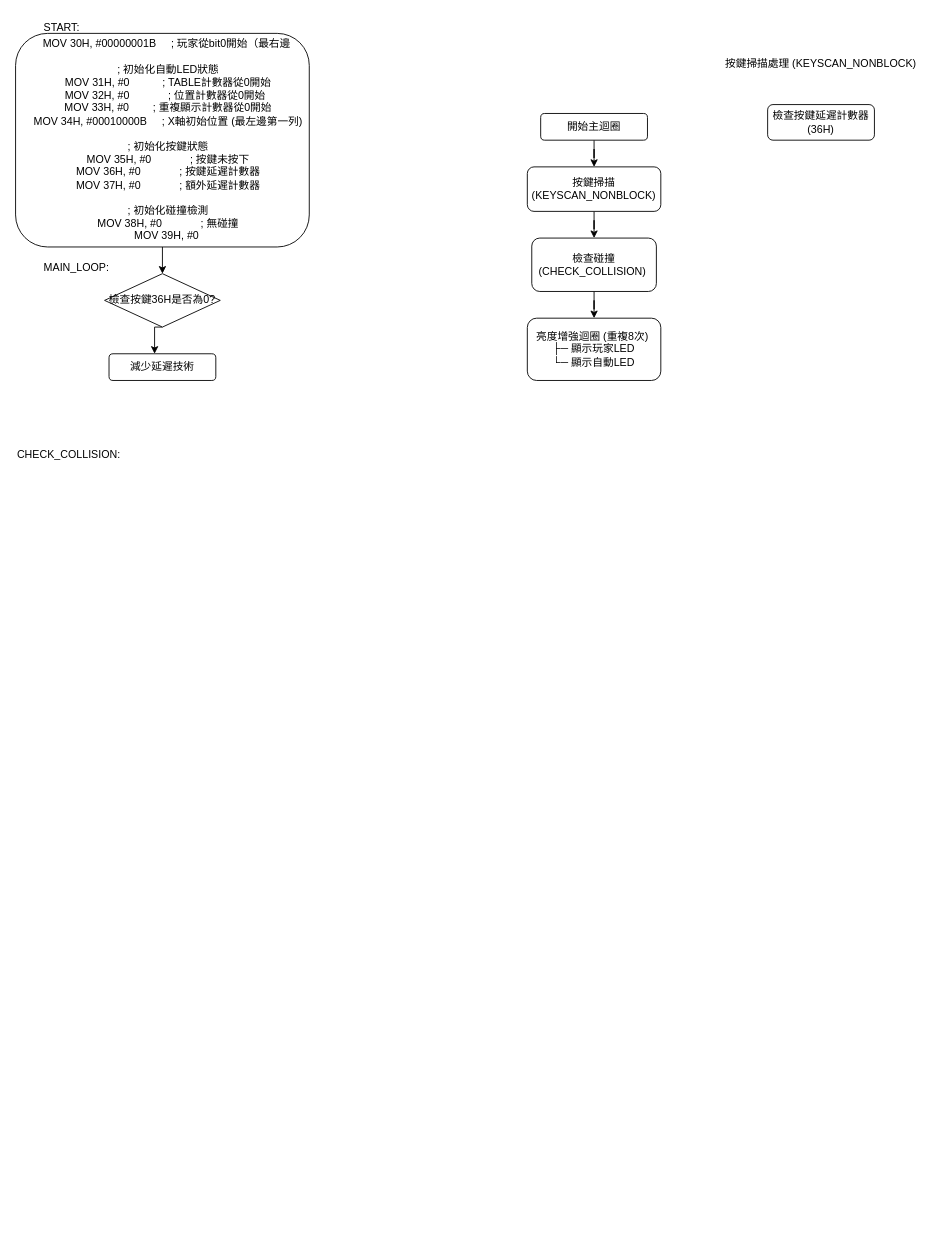
This is page "第 11 页" (11 of 11) of 未命名绘图.drawio from piting1104/se2, a draw.io file, before an edit. Source tidied: cells renumbered, new cells numbered last; positions are measured from the earlier drawing's top-left corner, leaving out a move shared by most shapes. Both pictures are drawn from the tidied source at 89%, with x=0, y=0 at pixel (15, 15).
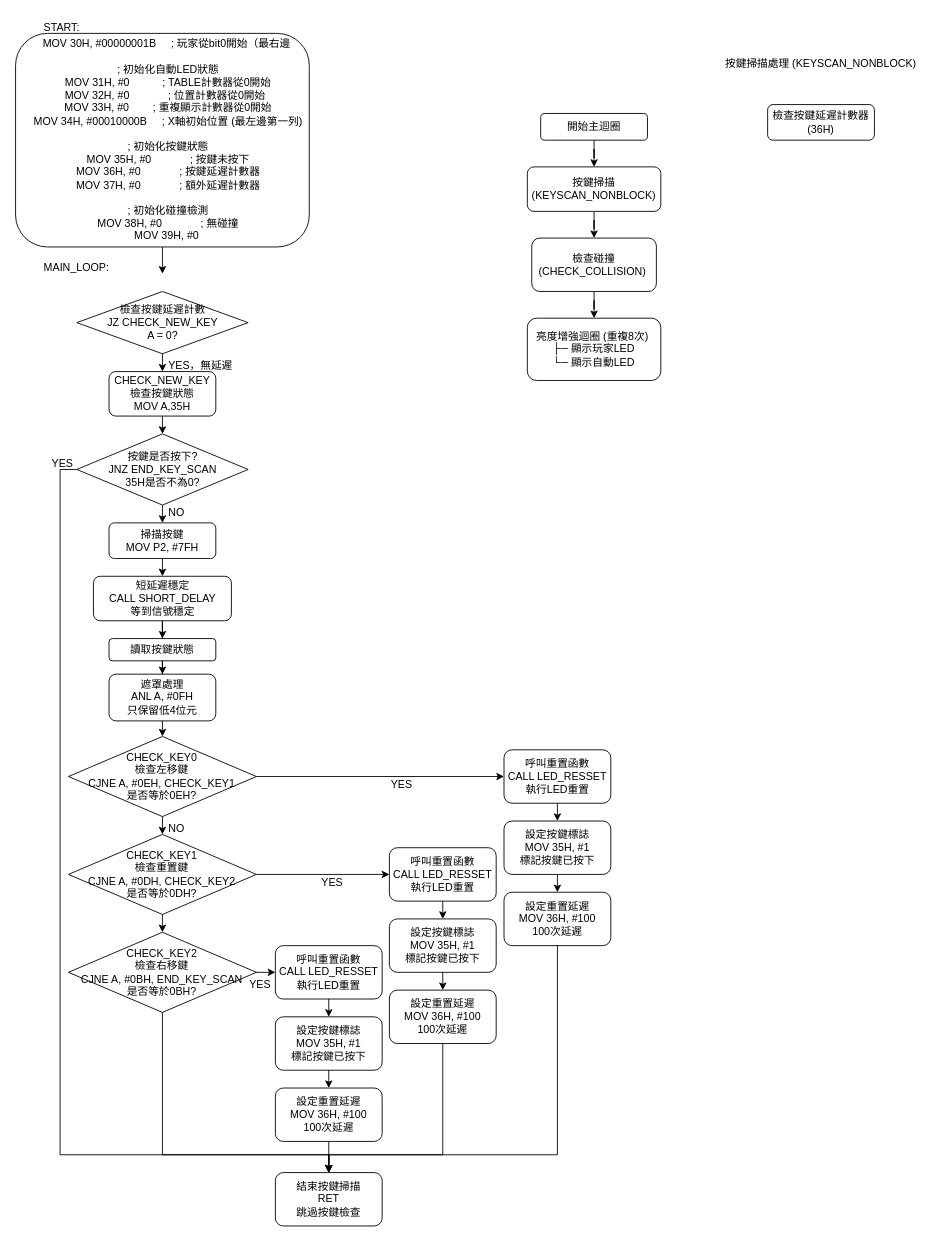
The same page after the edit.

Commit message:
更新未命名绘图.drawio

What changed in the source:
```diff
@@
-    <mxCell id="12" style="edgeStyle=orthogonalEdgeStyle;rounded=0;orthogonalLoop=1;jettySize=auto;html=1;" parent="1" edge="1">
+    <mxCell id="12" style="edgeStyle=orthogonalEdgeStyle;rounded=0;jettySize=auto;html=1;exitX=0.5;exitY=1;exitDx=0;exitDy=0;" parent="1" edge="1" source="17">
       <mxGeometry relative="1" as="geometry">
-        <mxPoint x="165" y="350" as="sourcePoint" />
-        <mxPoint x="156.2" y="380" as="targetPoint" />
+        <mxPoint x="165" y="400" as="targetPoint" />
       </mxGeometry>
     </mxCell>
@@
-    <mxCell id="16" value="CHECK_COLLISION:" style="text;whiteSpace=wrap;" parent="1" vertex="1">
-      <mxGeometry y="480" width="150" height="40" as="geometry" />
-    </mxCell>
-    <mxCell id="17" value="檢查按鍵36H是否為0?" style="rhombus;whiteSpace=wrap;html=1;" parent="1" vertex="1">
-      <mxGeometry x="100" y="290" width="130" height="60" as="geometry" />
+    <mxCell id="17" value="檢查按鍵延遲計數&lt;div&gt;JZ CHECK_NEW_KEY&lt;br&gt;&lt;div&gt;A = 0?&lt;/div&gt;&lt;/div&gt;" style="rhombus;whiteSpace=wrap;html=1;" parent="1" vertex="1">
+      <mxGeometry x="68.8" y="310" width="192.5" height="70" as="geometry" />
     </mxCell>
-    <mxCell id="18" value="減少延遲技術" style="rounded=1;whiteSpace=wrap;html=1;" parent="1" vertex="1">
-      <mxGeometry x="105" y="380" width="120" height="30" as="geometry" />
+    <mxCell id="18" value="CHECK_NEW_KEY&lt;div&gt;檢查按鍵狀態&lt;/div&gt;&lt;div&gt;MOV A,35H&lt;/div&gt;" style="rounded=1;whiteSpace=wrap;html=1;" parent="1" vertex="1">
+      <mxGeometry x="105" y="400" width="120" height="50" as="geometry" />
     </mxCell>
+    <mxCell id="19" value="YES，無延遲" style="text;whiteSpace=wrap;" parent="1" vertex="1">
+      <mxGeometry x="170" y="380" width="80" height="10" as="geometry" />
+    </mxCell>
+    <mxCell id="20" value="&lt;div&gt;按鍵是否按下?&lt;/div&gt;&lt;div&gt;JNZ END_KEY_SCAN&lt;/div&gt;&lt;div&gt;35H是否不為0?&lt;/div&gt;" style="rhombus;whiteSpace=wrap;html=1;" parent="1" vertex="1">
+      <mxGeometry x="68.8" y="470" width="192.5" height="80" as="geometry" />
+    </mxCell>
+    <mxCell id="21" style="endArrow=classic;html=1;rounded=0;exitX=0.5;exitY=1;exitDx=0;exitDy=0;entryX=0.5;entryY=0;entryDx=0;entryDy=0;" parent="1" edge="1" source="18" target="20">
+      <mxGeometry relative="1" as="geometry" />
+    </mxCell>
+    <mxCell id="22" value="掃描按鍵&lt;div&gt;MOV P2, #7FH&lt;/div&gt;" style="rounded=1;whiteSpace=wrap;html=1;" parent="1" vertex="1">
+      <mxGeometry x="105" y="570" width="120" height="40" as="geometry" />
+    </mxCell>
+    <mxCell id="23" style="endArrow=classic;html=1;rounded=0;exitX=0.5;exitY=1;exitDx=0;exitDy=0;" parent="1" edge="1" source="20" target="22">
+      <mxGeometry relative="1" as="geometry" />
+    </mxCell>
+    <mxCell id="24" style="edgeStyle=orthogonalEdgeStyle;rounded=0;jettySize=auto;html=1;" parent="1" edge="1" source="25" target="28">
+      <mxGeometry relative="1" as="geometry" />
+    </mxCell>
+    <mxCell id="25" value="短延遲穩定&lt;div&gt;CALL SHORT_DELAY&lt;/div&gt;&lt;div&gt;等到信號穩定&lt;/div&gt;" style="rounded=1;whiteSpace=wrap;html=1;" parent="1" vertex="1">
+      <mxGeometry x="87.5" y="630" width="155" height="50" as="geometry" />
+    </mxCell>
+    <mxCell id="26" style="endArrow=classic;html=1;rounded=0;exitX=0.5;exitY=1;exitDx=0;exitDy=0;entryX=0.5;entryY=0;entryDx=0;entryDy=0;" parent="1" edge="1" source="22" target="25">
+      <mxGeometry relative="1" as="geometry" />
+    </mxCell>
+    <mxCell id="27" style="edgeStyle=orthogonalEdgeStyle;rounded=0;jettySize=auto;html=1;" parent="1" edge="1" source="28" target="29">
+      <mxGeometry relative="1" as="geometry" />
+    </mxCell>
+    <mxCell id="28" value="讀取按鍵狀態" style="whiteSpace=wrap;html=1;rounded=1;" parent="1" vertex="1">
+      <mxGeometry x="105" y="700" width="120" height="25" as="geometry" />
+    </mxCell>
+    <mxCell id="29" value="遮罩處理&lt;div&gt;ANL A, #0FH&lt;/div&gt;&lt;div&gt;只保留低4位元&lt;/div&gt;" style="whiteSpace=wrap;html=1;rounded=1;" parent="1" vertex="1">
+      <mxGeometry x="105" y="740" width="120" height="52.5" as="geometry" />
+    </mxCell>
+    <mxCell id="30" style="endArrow=classic;html=1;rounded=0;exitX=0.5;exitY=1;exitDx=0;exitDy=0;entryX=0.5;entryY=0;entryDx=0;entryDy=0;" parent="1" edge="1" source="29">
+      <mxGeometry relative="1" as="geometry">
+        <mxPoint x="165" y="810" as="targetPoint" />
+      </mxGeometry>
+    </mxCell>
+    <mxCell id="31" value="CHECK_KEY1&lt;div&gt;檢查重置鍵&lt;br&gt;&lt;div&gt;CJNE A, #0DH, CHECK_KEY2&lt;/div&gt;&lt;div&gt;是否等於0DH?&lt;/div&gt;&lt;/div&gt;" style="rhombus;whiteSpace=wrap;html=1;" parent="1" vertex="1">
+      <mxGeometry x="59.4" y="920" width="211.2" height="90" as="geometry" />
+    </mxCell>
+    <mxCell id="32" style="endArrow=classic;html=1;rounded=0;exitX=0.5;exitY=1;exitDx=0;exitDy=0;entryX=0.5;entryY=0;entryDx=0;entryDy=0;" parent="1" edge="1" target="31">
+      <mxGeometry relative="1" as="geometry">
+        <mxPoint x="165" y="890" as="sourcePoint" />
+      </mxGeometry>
+    </mxCell>
+    <mxCell id="33" value="NO" style="text;whiteSpace=wrap;" parent="1" vertex="1">
+      <mxGeometry x="170" y="900" width="20" height="20" as="geometry" />
+    </mxCell>
+    <mxCell id="34" value="呼叫重置函數&lt;div&gt;CALL LED_RESSET 執行LED重置&lt;/div&gt;" style="rounded=1;whiteSpace=wrap;html=1;" parent="1" vertex="1">
+      <mxGeometry x="548.8" y="825" width="120" height="60" as="geometry" />
+    </mxCell>
+    <mxCell id="35" style="endArrow=classic;html=1;rounded=0;exitX=1;exitY=0.5;exitDx=0;exitDy=0;entryX=0;entryY=0.5;entryDx=0;entryDy=0;" parent="1" edge="1" source="41" target="34">
+      <mxGeometry relative="1" as="geometry" />
+    </mxCell>
+    <mxCell id="36" value="YES " style="text;whiteSpace=wrap;" parent="1" vertex="1">
+      <mxGeometry x="420" y="850" width="20" height="20" as="geometry" />
+    </mxCell>
+    <mxCell id="37" value="設定按鍵標誌&lt;div&gt;MOV 35H, #1&lt;/div&gt;&lt;div&gt;標記按鍵已按下&lt;/div&gt;" style="rounded=1;whiteSpace=wrap;html=1;" parent="1" vertex="1">
+      <mxGeometry x="548.8" y="905" width="120" height="60" as="geometry" />
+    </mxCell>
+    <mxCell id="38" style="endArrow=classic;html=1;rounded=0;exitX=0.5;exitY=1;exitDx=0;exitDy=0;entryX=0.5;entryY=0;entryDx=0;entryDy=0;" parent="1" edge="1" source="34" target="37">
+      <mxGeometry relative="1" as="geometry" />
+    </mxCell>
+    <mxCell id="39" value="設定重置延遲&lt;div&gt;MOV 36H, #100&lt;/div&gt;&lt;div&gt;100次延遲&lt;/div&gt;" style="rounded=1;whiteSpace=wrap;html=1;" parent="1" vertex="1">
+      <mxGeometry x="548.8" y="985" width="120" height="60" as="geometry" />
+    </mxCell>
+    <mxCell id="40" style="endArrow=classic;html=1;rounded=0;exitX=0.5;exitY=1;exitDx=0;exitDy=0;entryX=0.5;entryY=0;entryDx=0;entryDy=0;" parent="1" edge="1" source="37" target="39">
+      <mxGeometry relative="1" as="geometry" />
+    </mxCell>
+    <mxCell id="41" value="CHECK_KEY0&lt;div&gt;&lt;div&gt;檢查左移鍵&lt;/div&gt;&lt;div&gt;CJNE A, #0EH, CHECK_KEY1&lt;/div&gt;&lt;div&gt;是否等於0EH?&lt;/div&gt;&lt;/div&gt;" style="rhombus;whiteSpace=wrap;html=1;" parent="1" vertex="1">
+      <mxGeometry x="59.4" y="810" width="211.2" height="90" as="geometry" />
+    </mxCell>
+    <mxCell id="42" value="CHECK_KEY2&lt;div&gt;檢查右移鍵&lt;br&gt;&lt;div&gt;CJNE A, #0BH, END_KEY_SCAN&lt;/div&gt;&lt;div&gt;是否等於0BH?&lt;/div&gt;&lt;/div&gt;" style="rhombus;whiteSpace=wrap;html=1;" parent="1" vertex="1">
+      <mxGeometry x="59.4" y="1030" width="211.2" height="90" as="geometry" />
+    </mxCell>
+    <mxCell id="43" style="edgeStyle=orthogonalEdgeStyle;rounded=0;orthogonalLoop=1;jettySize=auto;html=1;exitX=0.5;exitY=1;exitDx=0;exitDy=0;" parent="1" edge="1" source="36" target="36">
+      <mxGeometry relative="1" as="geometry" />
+    </mxCell>
+    <mxCell id="44" style="endArrow=classic;html=1;rounded=0;exitX=0.5;exitY=1;exitDx=0;exitDy=0;entryX=0.5;entryY=0;entryDx=0;entryDy=0;" parent="1" edge="1" source="31" target="42">
+      <mxGeometry relative="1" as="geometry" />
+    </mxCell>
+    <mxCell id="45" value="呼叫重置函數&lt;div&gt;CALL LED_RESSET 執行LED重置&lt;/div&gt;" style="rounded=1;whiteSpace=wrap;html=1;" parent="1" vertex="1">
+      <mxGeometry x="291.9" y="1045" width="120" height="60" as="geometry" />
+    </mxCell>
+    <mxCell id="46" style="endArrow=classic;html=1;rounded=0;entryX=0;entryY=0.5;entryDx=0;entryDy=0;" parent="1" edge="1" target="45">
+      <mxGeometry relative="1" as="geometry">
+        <mxPoint x="270" y="1075" as="sourcePoint" />
+      </mxGeometry>
+    </mxCell>
+    <mxCell id="47" value="YES " style="text;whiteSpace=wrap;" parent="1" vertex="1">
+      <mxGeometry x="261.3" y="1075" width="20" height="20" as="geometry" />
+    </mxCell>
+    <mxCell id="48" value="設定按鍵標誌&lt;div&gt;MOV 35H, #1&lt;/div&gt;&lt;div&gt;標記按鍵已按下&lt;/div&gt;" style="rounded=1;whiteSpace=wrap;html=1;" parent="1" vertex="1">
+      <mxGeometry x="291.9" y="1125" width="120" height="60" as="geometry" />
+    </mxCell>
+    <mxCell id="49" style="endArrow=classic;html=1;rounded=0;exitX=0.5;exitY=1;exitDx=0;exitDy=0;entryX=0.5;entryY=0;entryDx=0;entryDy=0;" parent="1" edge="1" source="45" target="48">
+      <mxGeometry relative="1" as="geometry" />
+    </mxCell>
+    <mxCell id="50" value="設定重置延遲&lt;div&gt;MOV 36H, #100&lt;/div&gt;&lt;div&gt;100次延遲&lt;/div&gt;" style="rounded=1;whiteSpace=wrap;html=1;" parent="1" vertex="1">
+      <mxGeometry x="291.9" y="1205" width="120" height="60" as="geometry" />
+    </mxCell>
+    <mxCell id="51" style="endArrow=classic;html=1;rounded=0;exitX=0.5;exitY=1;exitDx=0;exitDy=0;entryX=0.5;entryY=0;entryDx=0;entryDy=0;" parent="1" edge="1" source="48" target="50">
+      <mxGeometry relative="1" as="geometry" />
+    </mxCell>
+    <mxCell id="52" style="edgeStyle=orthogonalEdgeStyle;rounded=0;orthogonalLoop=1;jettySize=auto;html=1;exitX=0.5;exitY=1;exitDx=0;exitDy=0;" parent="1" edge="1" source="47" target="47">
+      <mxGeometry relative="1" as="geometry" />
+    </mxCell>
+    <mxCell id="53" value="呼叫重置函數&lt;div&gt;CALL LED_RESSET 執行LED重置&lt;/div&gt;" style="rounded=1;whiteSpace=wrap;html=1;" parent="1" vertex="1">
+      <mxGeometry x="420" y="935" width="120" height="60" as="geometry" />
+    </mxCell>
+    <mxCell id="54" style="endArrow=classic;html=1;rounded=0;exitX=1;exitY=0.5;exitDx=0;exitDy=0;entryX=0;entryY=0.5;entryDx=0;entryDy=0;" parent="1" edge="1" source="31" target="53">
+      <mxGeometry relative="1" as="geometry" />
+    </mxCell>
+    <mxCell id="55" value="YES " style="text;whiteSpace=wrap;" parent="1" vertex="1">
+      <mxGeometry x="341.9" y="961" width="20" height="20" as="geometry" />
+    </mxCell>
+    <mxCell id="56" value="設定按鍵標誌&lt;div&gt;MOV 35H, #1&lt;/div&gt;&lt;div&gt;標記按鍵已按下&lt;/div&gt;" style="rounded=1;whiteSpace=wrap;html=1;" parent="1" vertex="1">
+      <mxGeometry x="420" y="1015" width="120" height="60" as="geometry" />
+    </mxCell>
+    <mxCell id="57" style="endArrow=classic;html=1;rounded=0;exitX=0.5;exitY=1;exitDx=0;exitDy=0;entryX=0.5;entryY=0;entryDx=0;entryDy=0;" parent="1" edge="1" source="53" target="56">
+      <mxGeometry relative="1" as="geometry" />
+    </mxCell>
+    <mxCell id="58" value="設定重置延遲&lt;div&gt;MOV 36H, #100&lt;/div&gt;&lt;div&gt;100次延遲&lt;/div&gt;" style="rounded=1;whiteSpace=wrap;html=1;" parent="1" vertex="1">
+      <mxGeometry x="420" y="1095" width="120" height="60" as="geometry" />
+    </mxCell>
+    <mxCell id="59" style="endArrow=classic;html=1;rounded=0;exitX=0.5;exitY=1;exitDx=0;exitDy=0;entryX=0.5;entryY=0;entryDx=0;entryDy=0;" parent="1" edge="1" source="56" target="58">
+      <mxGeometry relative="1" as="geometry" />
+    </mxCell>
+    <mxCell id="60" style="edgeStyle=orthogonalEdgeStyle;rounded=0;orthogonalLoop=1;jettySize=auto;html=1;exitX=0.5;exitY=1;exitDx=0;exitDy=0;" parent="1" edge="1" source="55" target="55">
+      <mxGeometry relative="1" as="geometry" />
+    </mxCell>
+    <mxCell id="61" value="結束按鍵掃描&lt;div&gt;RET&lt;/div&gt;&lt;div&gt;跳過按鍵檢查&lt;/div&gt;" style="rounded=1;whiteSpace=wrap;html=1;" parent="1" vertex="1">
+      <mxGeometry x="291.9" y="1300" width="120" height="60" as="geometry" />
+    </mxCell>
+    <mxCell id="62" style="endArrow=classic;html=1;rounded=0;exitX=0.5;exitY=1;exitDx=0;exitDy=0;entryX=0.5;entryY=0;entryDx=0;entryDy=0;edgeStyle=orthogonalEdgeStyle;" parent="1" edge="1" source="42" target="61">
+      <mxGeometry relative="1" as="geometry">
+        <Array as="points">
+          <mxPoint x="165" y="1280" />
+          <mxPoint x="352" y="1280" />
+        </Array>
+      </mxGeometry>
+    </mxCell>
+    <mxCell id="63" style="endArrow=classic;html=1;rounded=0;exitX=0.5;exitY=1;exitDx=0;exitDy=0;entryX=0.5;entryY=0;entryDx=0;entryDy=0;" parent="1" edge="1" source="50" target="61">
+      <mxGeometry relative="1" as="geometry" />
+    </mxCell>
+    <mxCell id="64" style="endArrow=classic;html=1;rounded=0;exitX=0.5;exitY=1;exitDx=0;exitDy=0;entryX=0.5;entryY=0;entryDx=0;entryDy=0;edgeStyle=orthogonalEdgeStyle;" parent="1" edge="1" source="58" target="61">
+      <mxGeometry relative="1" as="geometry">
+        <Array as="points">
+          <mxPoint x="480" y="1280" />
+          <mxPoint x="352" y="1280" />
+        </Array>
+      </mxGeometry>
+    </mxCell>
+    <mxCell id="65" style="endArrow=classic;html=1;rounded=0;exitX=0.5;exitY=1;exitDx=0;exitDy=0;entryX=0.5;entryY=0;entryDx=0;entryDy=0;edgeStyle=orthogonalEdgeStyle;" parent="1" edge="1" source="39" target="61">
+      <mxGeometry relative="1" as="geometry">
+        <Array as="points">
+          <mxPoint x="609" y="1280" />
+          <mxPoint x="352" y="1280" />
+        </Array>
+      </mxGeometry>
+    </mxCell>
+    <mxCell id="66" style="endArrow=classic;html=1;rounded=0;exitX=0;exitY=0.5;exitDx=0;exitDy=0;entryX=0.5;entryY=0;entryDx=0;entryDy=0;edgeStyle=orthogonalEdgeStyle;" parent="1" edge="1" source="20" target="61">
+      <mxGeometry relative="1" as="geometry">
+        <Array as="points">
+          <mxPoint x="50" y="510" />
+          <mxPoint x="50" y="1280" />
+          <mxPoint x="352" y="1280" />
+        </Array>
+      </mxGeometry>
+    </mxCell>
+    <mxCell id="67" value="NO" style="text;whiteSpace=wrap;" parent="1" vertex="1">
+      <mxGeometry x="170" y="545" width="20" height="20" as="geometry" />
+    </mxCell>
+    <mxCell id="68" value="YES" style="text;whiteSpace=wrap;" parent="1" vertex="1">
+      <mxGeometry x="39.4" y="490" width="20" height="20" as="geometry" />
+    </mxCell>
```
